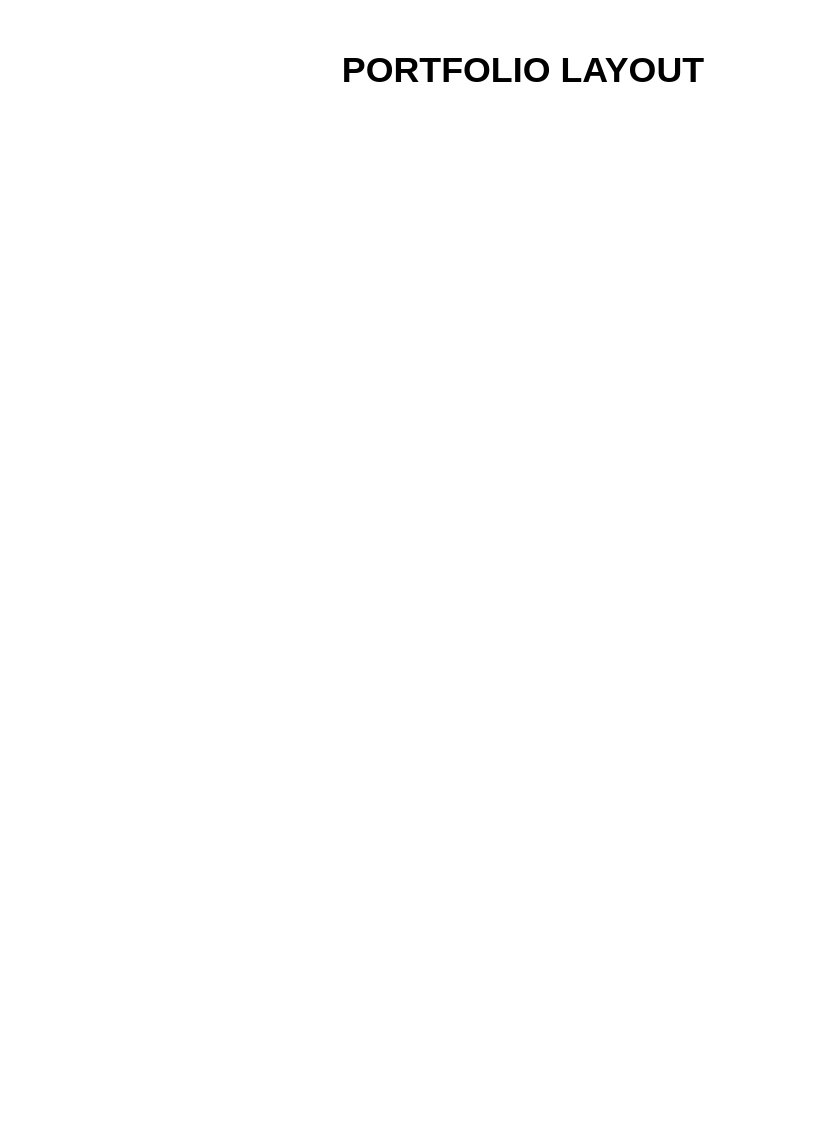
Earlier version of the draw.io diagram portfolio.drawio (dharnil/dharnil-portfolio). Source tidied: cells renumbered, new cells numbered last; positions are measured from the earlier drawing's top-left corner, leaving out a move shared by most shapes. Both pictures are drawn from the tidied source at 149%, with x=0, y=0 at pixel (340, 48).
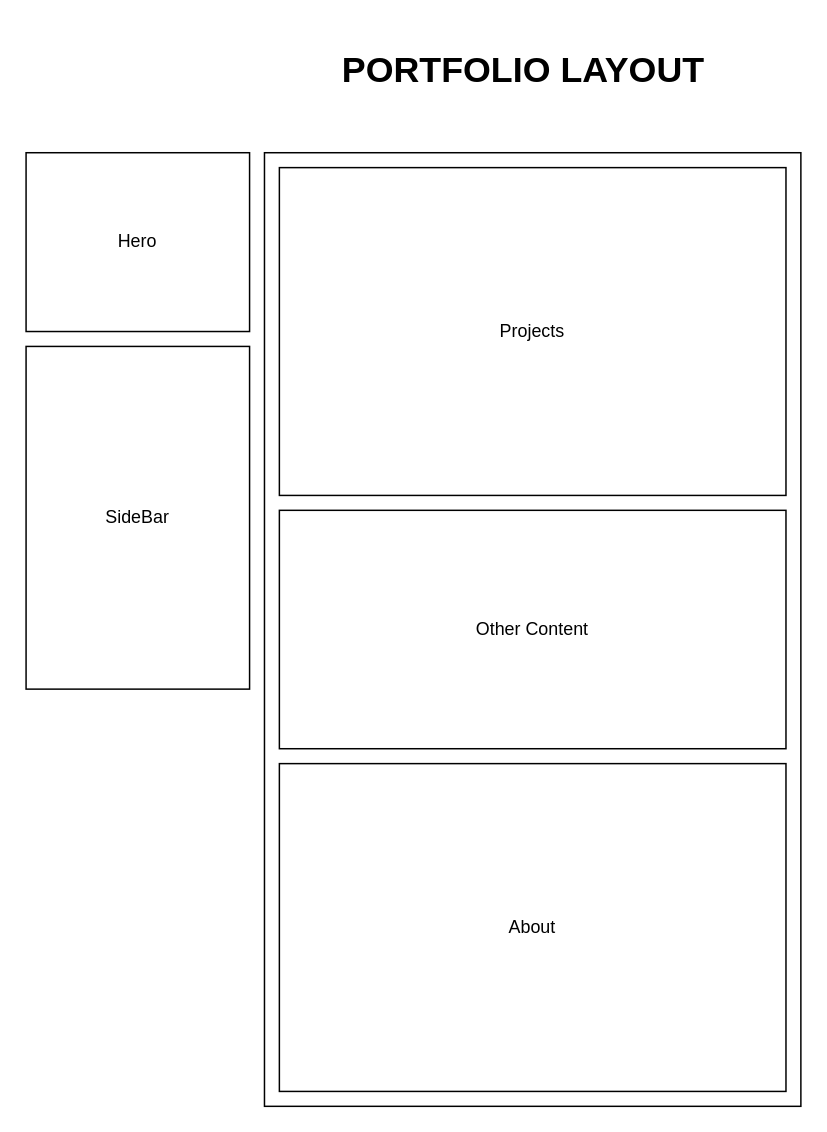
Above is the later version.

What changed in the source:
```diff
@@
 <mxGraphModel>
   <root>
     <mxCell id="0" />
     <mxCell id="1" parent="0" />
     <mxCell id="2" value="&lt;h1&gt;PORTFOLIO LAYOUT&lt;/h1&gt;" style="text;html=1;strokeColor=none;fillColor=none;align=center;verticalAlign=middle;whiteSpace=wrap;rounded=0;" parent="1" vertex="1">
       <mxGeometry width="246" height="30" as="geometry" />
     </mxCell>
+    <mxCell id="3" style="rounded=0;whiteSpace=wrap;html=1;" parent="1" vertex="1">
+      <mxGeometry x="-51" y="70" width="360" height="640" as="geometry" />
+    </mxCell>
+    <mxCell id="4" value="Hero" style="rounded=0;whiteSpace=wrap;html=1;" parent="1" vertex="1">
+      <mxGeometry x="-211" y="70" width="150" height="120" as="geometry" />
+    </mxCell>
+    <mxCell id="5" value="SideBar" style="rounded=0;whiteSpace=wrap;html=1;" parent="1" vertex="1">
+      <mxGeometry x="-211" y="200" width="150" height="230" as="geometry" />
+    </mxCell>
+    <mxCell id="6" value="Projects" style="rounded=0;whiteSpace=wrap;html=1;" parent="1" vertex="1">
+      <mxGeometry x="-41" y="80" width="340" height="220" as="geometry" />
+    </mxCell>
+    <mxCell id="7" value="Other Content" style="rounded=0;whiteSpace=wrap;html=1;" parent="1" vertex="1">
+      <mxGeometry x="-41" y="310" width="340" height="160" as="geometry" />
+    </mxCell>
+    <mxCell id="8" value="About" style="rounded=0;whiteSpace=wrap;html=1;" parent="1" vertex="1">
+      <mxGeometry x="-41" y="480" width="340" height="220" as="geometry" />
+    </mxCell>
   </root>
 </mxGraphModel>
```
